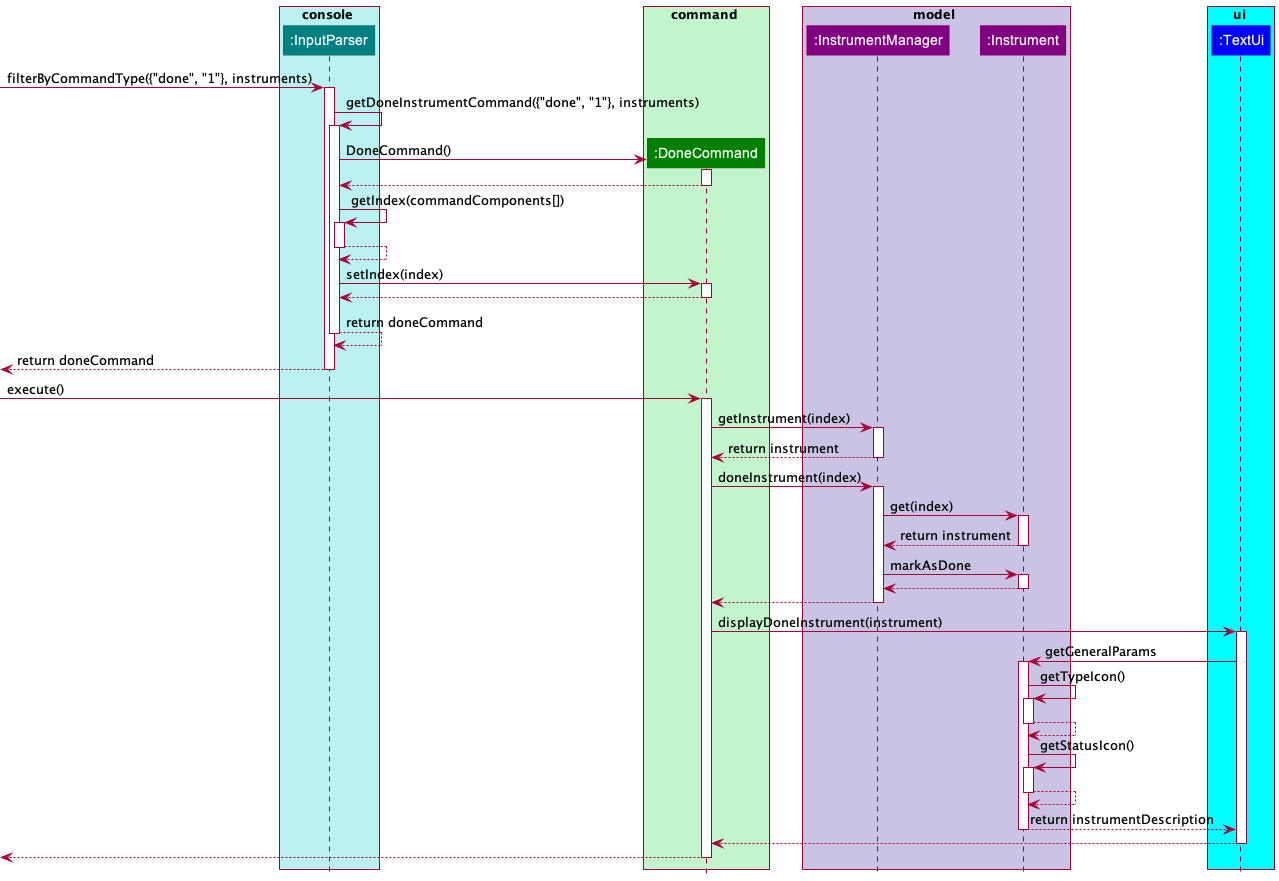
Earlier version of the PlantUML export docs/images/DoneCryptoSequenceDiagram.png (williamlamjy/mTracker).
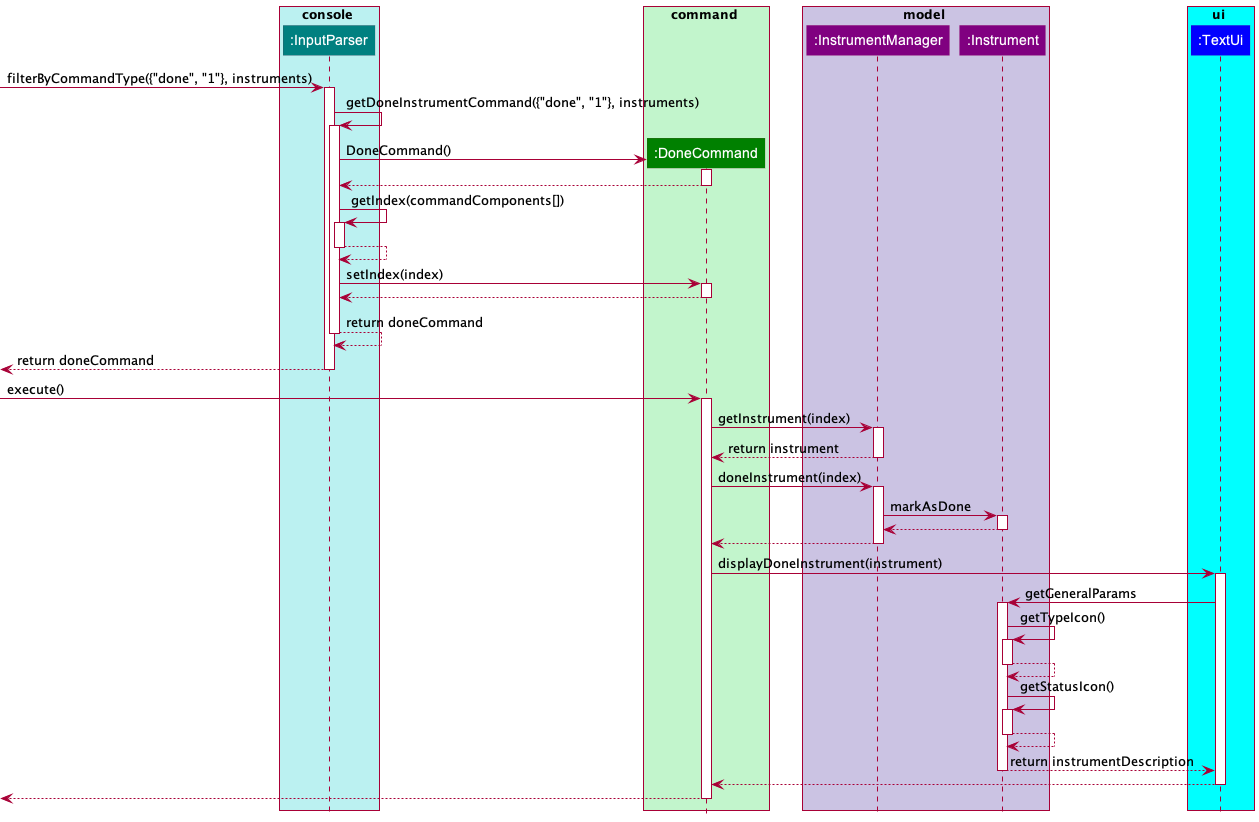
After the change.

What changed in the source:
```diff
@@ -62,14 +62,6 @@
 DoneCommand-> InstrumentManager: doneInstrument(index)
 activate InstrumentManager
 
-
-InstrumentManager-> Instrument: get(index)
-activate Instrument
-
-Instrument--> InstrumentManager: return instrument
-deactivate Instrument
-
-
 InstrumentManager-> Instrument: markAsDone
 activate Instrument
 
```
